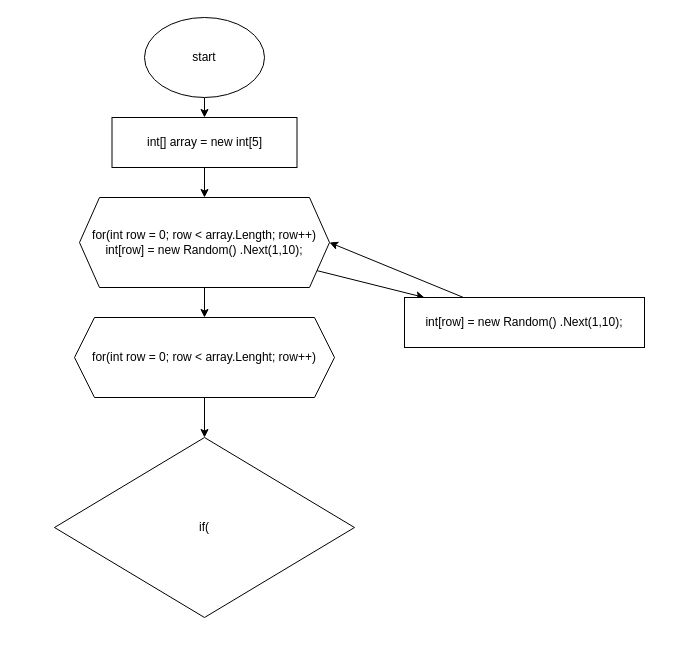
Earlier version of the draw.io diagram flowchart.drawio (Fostix/CodePractic). Source tidied: cells renumbered, new cells numbered last; positions are measured from the earlier drawing's top-left corner, leaving out a move shared by most shapes. Both pictures are drawn from the tidied source at 100%, with x=0, y=0 at pixel (54, 17).
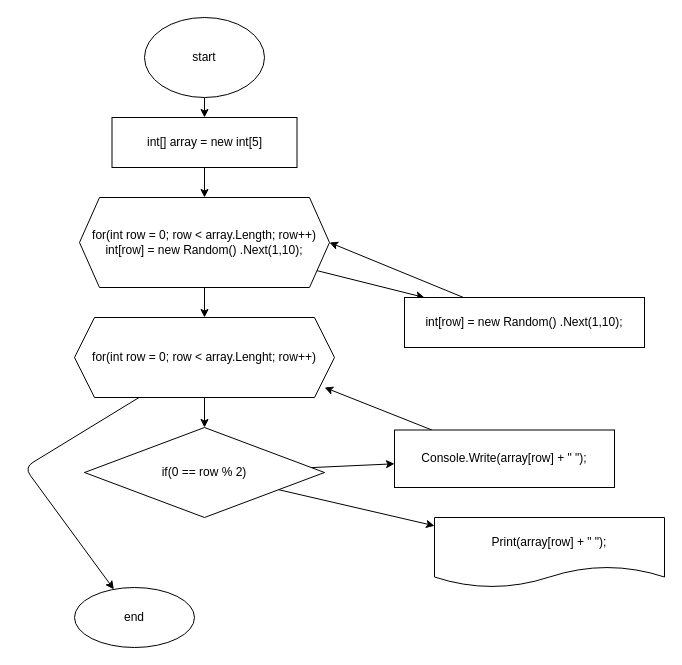
Above is the later version.

Unchanged cells that the change refers to:
```xml
<mxCell id="10" value="for(int row = 0; row &amp;lt; array.Lenght; row++)&lt;br&gt;" style="shape=hexagon;perimeter=hexagonPerimeter2;whiteSpace=wrap;html=1;fixedSize=1;rounded=0;" parent="1" vertex="1">
  <mxGeometry x="20" y="300" width="260" height="80" as="geometry" />
</mxCell>
```

The edit, as a diff of the source:
```diff
@@
+    <mxCell id="14" style="edgeStyle=none;html=1;" parent="1" edge="1" source="10" target="20">
+      <mxGeometry relative="1" as="geometry">
+        <Array as="points">
+          <mxPoint x="-30" y="450" />
+        </Array>
+      </mxGeometry>
+    </mxCell>
@@
+    <mxCell id="15" style="edgeStyle=none;html=1;" parent="1" edge="1" source="13" target="18">
+      <mxGeometry relative="1" as="geometry" />
+    </mxCell>
+    <mxCell id="16" style="edgeStyle=none;html=1;" parent="1" edge="1" source="13" target="19">
+      <mxGeometry relative="1" as="geometry" />
+    </mxCell>
-    <mxCell id="13" value="if(" style="rhombus;whiteSpace=wrap;html=1;rounded=0;" parent="1" vertex="1">
-      <mxGeometry y="420" width="300" height="180" as="geometry" />
+    <mxCell id="13" value="if(0 == row % 2)" style="rhombus;whiteSpace=wrap;html=1;rounded=0;" parent="1" vertex="1">
+      <mxGeometry x="30" y="410" width="240" height="90" as="geometry" />
     </mxCell>
+    <mxCell id="17" style="edgeStyle=none;html=1;entryX=0.962;entryY=0.875;entryDx=0;entryDy=0;entryPerimeter=0;" parent="1" edge="1" source="18" target="10">
+      <mxGeometry relative="1" as="geometry" />
+    </mxCell>
+    <mxCell id="18" value="Console.Write(array[row] + &quot; &quot;);" style="whiteSpace=wrap;html=1;rounded=0;" parent="1" vertex="1">
+      <mxGeometry x="340" y="412.5" width="220" height="57.5" as="geometry" />
+    </mxCell>
+    <mxCell id="19" value="Print(array[row] + &quot; &quot;);" style="shape=document;whiteSpace=wrap;html=1;boundedLbl=1;rounded=0;" parent="1" vertex="1">
+      <mxGeometry x="380" y="500" width="230" height="70" as="geometry" />
+    </mxCell>
+    <mxCell id="20" value="end" style="ellipse;whiteSpace=wrap;html=1;rounded=0;" parent="1" vertex="1">
+      <mxGeometry x="20" y="570" width="120" height="60" as="geometry" />
+    </mxCell>
```
